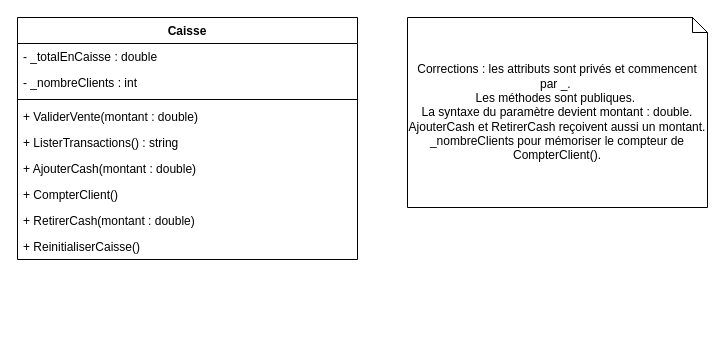
The draw.io diagram 6TTI_DPMAEL_POO/Exercice_3_Caisse.drawio in mgamsdve/6TTI_DayaniPoty_Mael-UAA14, before the edit. Source tidied: cells renumbered, new cells numbered last; positions are measured from the earlier drawing's top-left corner, leaving out a move shared by most shapes. Both pictures are drawn from the tidied source at 100%, with x=0, y=0 at pixel (17, 17).
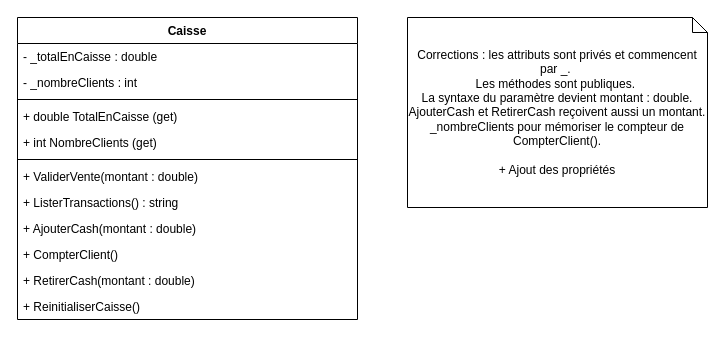
Above is the later version.

Diff of the diagram source:
```diff
@@
 <mxGraphModel>
   <root>
     <mxCell id="0" />
     <mxCell id="1" parent="0" />
     <mxCell id="2" value="Caisse" style="swimlane;fontStyle=1;align=center;verticalAlign=top;horizontal=1;startSize=26;whiteSpace=wrap;html=1;" parent="1" vertex="1">
-      <mxGeometry width="340" height="242" as="geometry" />
+      <mxGeometry width="340" height="302" as="geometry" />
     </mxCell>
     <mxCell id="3" value="- _totalEnCaisse : double" style="text;strokeColor=none;fillColor=none;align=left;verticalAlign=top;spacingLeft=4;spacingRight=4;overflow=hidden;whiteSpace=wrap;html=1;" parent="2" vertex="1">
       <mxGeometry y="26" width="340" height="26" as="geometry" />
     </mxCell>
+    <mxCell id="13" value="- _nombreClients : int" style="text;strokeColor=none;fillColor=none;align=left;verticalAlign=top;spacingLeft=4;spacingRight=4;overflow=hidden;whiteSpace=wrap;html=1;" parent="2" vertex="1">
+      <mxGeometry y="52" width="340" height="26" as="geometry" />
+    </mxCell>
+    <mxCell id="14" style="line;strokeWidth=1;fillColor=none;align=left;verticalAlign=middle;spacingTop=-1;spacingLeft=3;spacingRight=3;labelPosition=right;strokeColor=inherit;" parent="2" vertex="1">
+      <mxGeometry y="78" width="340" height="8" as="geometry" />
+    </mxCell>
-    <mxCell id="4" value="- _nombreClients : int" style="text;strokeColor=none;fillColor=none;align=left;verticalAlign=top;spacingLeft=4;spacingRight=4;overflow=hidden;whiteSpace=wrap;html=1;" parent="2" vertex="1">
-      <mxGeometry y="52" width="340" height="26" as="geometry" />
+    <mxCell id="4" value="+ double TotalEnCaisse (get)" style="text;strokeColor=none;fillColor=none;align=left;verticalAlign=top;spacingLeft=4;spacingRight=4;overflow=hidden;whiteSpace=wrap;html=1;" parent="2" vertex="1">
+      <mxGeometry y="86" width="340" height="26" as="geometry" />
     </mxCell>
+    <mxCell id="15" value="+ int NombreClients (get)" style="text;strokeColor=none;fillColor=none;align=left;verticalAlign=top;spacingLeft=4;spacingRight=4;overflow=hidden;whiteSpace=wrap;html=1;" parent="2" vertex="1">
+      <mxGeometry y="112" width="340" height="26" as="geometry" />
+    </mxCell>
     <mxCell id="5" style="line;strokeWidth=1;fillColor=none;align=left;verticalAlign=middle;spacingTop=-1;spacingLeft=3;spacingRight=3;labelPosition=right;strokeColor=inherit;" parent="2" vertex="1">
-      <mxGeometry y="78" width="340" height="8" as="geometry" />
+      <mxGeometry y="138" width="340" height="8" as="geometry" />
     </mxCell>
     <mxCell id="6" value="+ ValiderVente(montant : double)" style="text;strokeColor=none;fillColor=none;align=left;verticalAlign=top;spacingLeft=4;spacingRight=4;overflow=hidden;whiteSpace=wrap;html=1;" parent="2" vertex="1">
-      <mxGeometry y="86" width="340" height="26" as="geometry" />
+      <mxGeometry y="146" width="340" height="26" as="geometry" />
     </mxCell>
     <mxCell id="7" value="+ ListerTransactions() : string" style="text;strokeColor=none;fillColor=none;align=left;verticalAlign=top;spacingLeft=4;spacingRight=4;overflow=hidden;whiteSpace=wrap;html=1;" parent="2" vertex="1">
-      <mxGeometry y="112" width="340" height="26" as="geometry" />
+      <mxGeometry y="172" width="340" height="26" as="geometry" />
     </mxCell>
     <mxCell id="8" value="+ AjouterCash(montant : double)" style="text;strokeColor=none;fillColor=none;align=left;verticalAlign=top;spacingLeft=4;spacingRight=4;overflow=hidden;whiteSpace=wrap;html=1;" parent="2" vertex="1">
-      <mxGeometry y="138" width="340" height="26" as="geometry" />
+      <mxGeometry y="198" width="340" height="26" as="geometry" />
     </mxCell>
     <mxCell id="9" value="+ CompterClient()" style="text;strokeColor=none;fillColor=none;align=left;verticalAlign=top;spacingLeft=4;spacingRight=4;overflow=hidden;whiteSpace=wrap;html=1;" parent="2" vertex="1">
-      <mxGeometry y="164" width="340" height="26" as="geometry" />
+      <mxGeometry y="224" width="340" height="26" as="geometry" />
     </mxCell>
     <mxCell id="10" value="+ RetirerCash(montant : double)" style="text;strokeColor=none;fillColor=none;align=left;verticalAlign=top;spacingLeft=4;spacingRight=4;overflow=hidden;whiteSpace=wrap;html=1;" parent="2" vertex="1">
-      <mxGeometry y="190" width="340" height="26" as="geometry" />
+      <mxGeometry y="250" width="340" height="26" as="geometry" />
     </mxCell>
     <mxCell id="11" value="+ ReinitialiserCaisse()" style="text;strokeColor=none;fillColor=none;align=left;verticalAlign=top;spacingLeft=4;spacingRight=4;overflow=hidden;whiteSpace=wrap;html=1;" parent="2" vertex="1">
-      <mxGeometry y="216" width="340" height="26" as="geometry" />
+      <mxGeometry y="276" width="340" height="26" as="geometry" />
     </mxCell>
-    <mxCell id="12" value="Corrections : les attributs sont privés et commencent par _.&amp;nbsp;&lt;div&gt;Les méthodes sont publiques.&amp;nbsp;&lt;/div&gt;&lt;div&gt;La syntaxe du paramètre devient montant : double. AjouterCash et RetirerCash reçoivent aussi un montant. _nombreClients pour mémoriser le compteur de CompterClient().&lt;/div&gt;" style="shape=note;whiteSpace=wrap;html=1;size=15;" parent="1" vertex="1">
+    <mxCell id="12" value="Corrections : les attributs sont privés et commencent par _.&amp;nbsp;&lt;div&gt;Les méthodes sont publiques.&amp;nbsp;&lt;/div&gt;&lt;div&gt;La syntaxe du paramètre devient montant : double. AjouterCash et RetirerCash reçoivent aussi un montant. _nombreClients pour mémoriser le compteur de CompterClient().&lt;/div&gt;&lt;div&gt;&lt;br&gt;&lt;/div&gt;&lt;div&gt;+ Ajout des propriétés&lt;/div&gt;" style="shape=note;whiteSpace=wrap;html=1;size=15;" parent="1" vertex="1">
       <mxGeometry x="390" width="300" height="190" as="geometry" />
     </mxCell>
   </root>
 </mxGraphModel>
```
